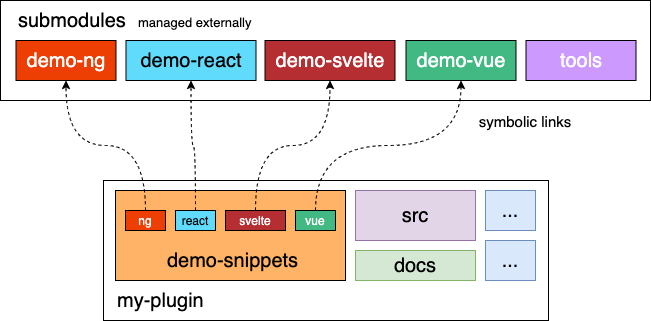
The draw.io diagram images/plugin-seed-diagram.png in lochstar/nativescript-cast, before a commit. Source tidied: cells renumbered, new cells last; positions are measured from the earlier drawing's top-left corner, leaving out a move shared by most shapes. Its diagram source:
```xml
<mxGraphModel>
  <root>
    <mxCell id="0" />
    <mxCell id="1" parent="0" />
    <mxCell id="2" style="rounded=0;whiteSpace=wrap;html=1;labelBackgroundColor=none;fontSize=12;align=center;fillColor=#FFFFFF;" parent="1" vertex="1">
      <mxGeometry width="650" height="100" as="geometry" />
    </mxCell>
    <mxCell id="3" style="rounded=0;whiteSpace=wrap;html=1;labelPosition=center;verticalLabelPosition=middle;align=center;verticalAlign=middle;" parent="1" vertex="1">
      <mxGeometry x="103" y="180" width="445" height="140" as="geometry" />
    </mxCell>
    <mxCell id="4" value="my-plugin" style="text;html=1;strokeColor=none;fillColor=none;align=left;verticalAlign=middle;whiteSpace=wrap;rounded=0;fontSize=20;" parent="1" vertex="1">
      <mxGeometry x="115" y="290" width="110" height="20" as="geometry" />
    </mxCell>
    <mxCell id="5" value="&lt;font color=&quot;#ffffff&quot; style=&quot;font-size: 20px&quot;&gt;demo-ng&lt;/font&gt;" style="rounded=0;whiteSpace=wrap;html=1;align=center;labelBackgroundColor=none;fillColor=#ED3E04;" parent="1" vertex="1">
      <mxGeometry x="15.5" y="40" width="100" height="40" as="geometry" />
    </mxCell>
    <mxCell id="6" value="&lt;font style=&quot;font-size: 20px&quot;&gt;demo-react&lt;/font&gt;" style="rounded=0;whiteSpace=wrap;html=1;align=center;labelBackgroundColor=none;fillColor=#61dbfb;" parent="1" vertex="1">
      <mxGeometry x="125.5" y="40" width="130" height="40" as="geometry" />
    </mxCell>
    <mxCell id="7" value="&lt;font color=&quot;#ffffff&quot; style=&quot;font-size: 20px&quot;&gt;demo-svelte&lt;/font&gt;" style="rounded=0;whiteSpace=wrap;html=1;align=center;labelBackgroundColor=none;fillColor=#b52e31;" parent="1" vertex="1">
      <mxGeometry x="264.5" y="40" width="130" height="40" as="geometry" />
    </mxCell>
    <mxCell id="8" value="&lt;font color=&quot;#ffffff&quot; style=&quot;font-size: 20px&quot;&gt;demo-vue&lt;/font&gt;" style="rounded=0;whiteSpace=wrap;html=1;align=center;labelBackgroundColor=none;fillColor=#42b883;" parent="1" vertex="1">
      <mxGeometry x="405.5" y="40" width="110" height="40" as="geometry" />
    </mxCell>
    <mxCell id="9" style="rounded=0;whiteSpace=wrap;html=1;labelBackgroundColor=none;fontSize=20;align=center;fillColor=#FFB366;labelPosition=center;verticalLabelPosition=middle;verticalAlign=middle;" parent="1" vertex="1">
      <mxGeometry x="115" y="190" width="230" height="90" as="geometry" />
    </mxCell>
    <mxCell id="10" style="edgeStyle=orthogonalEdgeStyle;curved=1;jettySize=auto;html=1;exitX=0.5;exitY=0;exitDx=0;exitDy=0;dashed=1;strokeColor=#000000;fontSize=20;" parent="1" edge="1" source="11" target="5">
      <mxGeometry relative="1" as="geometry" />
    </mxCell>
    <mxCell id="11" value="&lt;font color=&quot;#ffffff&quot; style=&quot;font-size: 12px;&quot;&gt;ng&lt;/font&gt;" style="rounded=0;whiteSpace=wrap;html=1;align=center;labelBackgroundColor=none;fillColor=#ED3E04;fontSize=12;" parent="1" vertex="1">
      <mxGeometry x="125" y="210" width="40" height="20" as="geometry" />
    </mxCell>
    <mxCell id="12" style="edgeStyle=orthogonalEdgeStyle;curved=1;jettySize=auto;html=1;exitX=0.5;exitY=0;exitDx=0;exitDy=0;entryX=0.5;entryY=1;entryDx=0;entryDy=0;dashed=1;strokeColor=#000000;fontSize=20;" parent="1" edge="1" source="13" target="6">
      <mxGeometry relative="1" as="geometry" />
    </mxCell>
    <mxCell id="13" value="&lt;font style=&quot;font-size: 12px;&quot;&gt;react&lt;/font&gt;" style="rounded=0;whiteSpace=wrap;html=1;align=center;labelBackgroundColor=none;fillColor=#61dbfb;fontSize=12;" parent="1" vertex="1">
      <mxGeometry x="175" y="210" width="40" height="20" as="geometry" />
    </mxCell>
    <mxCell id="14" style="edgeStyle=orthogonalEdgeStyle;curved=1;jettySize=auto;html=1;exitX=0.5;exitY=0;exitDx=0;exitDy=0;dashed=1;strokeColor=#000000;fontSize=20;" parent="1" edge="1" source="15" target="7">
      <mxGeometry relative="1" as="geometry" />
    </mxCell>
    <mxCell id="15" value="&lt;font color=&quot;#ffffff&quot; style=&quot;font-size: 12px;&quot;&gt;svelte&lt;/font&gt;" style="rounded=0;whiteSpace=wrap;html=1;align=center;labelBackgroundColor=none;fillColor=#b52e31;fontSize=12;" parent="1" vertex="1">
      <mxGeometry x="225" y="210" width="60" height="20" as="geometry" />
    </mxCell>
    <mxCell id="16" style="edgeStyle=orthogonalEdgeStyle;curved=1;jettySize=auto;html=1;exitX=0.5;exitY=0;exitDx=0;exitDy=0;entryX=0.5;entryY=1;entryDx=0;entryDy=0;dashed=1;strokeColor=#000000;fontSize=20;" parent="1" edge="1" source="17" target="8">
      <mxGeometry relative="1" as="geometry" />
    </mxCell>
    <mxCell id="17" value="&lt;font color=&quot;#ffffff&quot; style=&quot;font-size: 12px;&quot;&gt;vue&lt;/font&gt;" style="rounded=0;whiteSpace=wrap;html=1;align=center;labelBackgroundColor=none;fillColor=#42b883;fontSize=12;" parent="1" vertex="1">
      <mxGeometry x="295" y="210" width="40" height="20" as="geometry" />
    </mxCell>
    <mxCell id="18" value="demo-snippets" style="text;html=1;strokeColor=none;fillColor=none;align=center;verticalAlign=middle;whiteSpace=wrap;rounded=0;fontSize=20;" parent="1" vertex="1">
      <mxGeometry x="150" y="250" width="165" height="20" as="geometry" />
    </mxCell>
    <mxCell id="19" value="&lt;font style=&quot;font-size: 15px&quot;&gt;symbolic links&lt;/font&gt;" style="text;html=1;strokeColor=none;fillColor=none;align=center;verticalAlign=middle;whiteSpace=wrap;rounded=0;fontSize=20;" parent="1" vertex="1">
      <mxGeometry x="470" y="110" width="110" height="20" as="geometry" />
    </mxCell>
    <mxCell id="20" value="submodules" style="text;html=1;strokeColor=none;fillColor=none;align=left;verticalAlign=middle;whiteSpace=wrap;rounded=0;fontSize=20;" parent="1" vertex="1">
      <mxGeometry x="15.5" y="10" width="80" height="20" as="geometry" />
    </mxCell>
    <mxCell id="21" value="&lt;font style=&quot;font-size: 13px&quot;&gt;managed externally&lt;/font&gt;" style="text;html=1;strokeColor=none;fillColor=none;align=left;verticalAlign=middle;whiteSpace=wrap;rounded=0;fontSize=20;" parent="1" vertex="1">
      <mxGeometry x="135.5" y="10" width="435" height="20" as="geometry" />
    </mxCell>
    <mxCell id="22" value="&lt;font color=&quot;#ffffff&quot; style=&quot;font-size: 20px&quot;&gt;tools&lt;/font&gt;" style="rounded=0;whiteSpace=wrap;html=1;align=center;labelBackgroundColor=none;fillColor=#CC99FF;" parent="1" vertex="1">
      <mxGeometry x="525.5" y="40" width="110" height="40" as="geometry" />
    </mxCell>
    <mxCell id="23" value="src" style="rounded=0;whiteSpace=wrap;html=1;labelBackgroundColor=none;fontSize=20;align=center;fillColor=#e1d5e7;strokeColor=#9673a6;" parent="1" vertex="1">
      <mxGeometry x="355" y="190" width="120" height="50" as="geometry" />
    </mxCell>
    <mxCell id="24" value="docs" style="rounded=0;whiteSpace=wrap;html=1;labelBackgroundColor=none;fontSize=20;align=center;fillColor=#d5e8d4;strokeColor=#82b366;" parent="1" vertex="1">
      <mxGeometry x="355" y="250" width="120" height="30" as="geometry" />
    </mxCell>
    <mxCell id="25" value="..." style="rounded=0;whiteSpace=wrap;html=1;labelBackgroundColor=none;fontSize=20;align=center;fillColor=#dae8fc;strokeColor=#6c8ebf;" parent="1" vertex="1">
      <mxGeometry x="485" y="240" width="50" height="40" as="geometry" />
    </mxCell>
    <mxCell id="26" value="..." style="rounded=0;whiteSpace=wrap;html=1;labelBackgroundColor=none;fontSize=20;align=center;fillColor=#dae8fc;strokeColor=#6c8ebf;" parent="1" vertex="1">
      <mxGeometry x="485" y="190" width="50" height="40" as="geometry" />
    </mxCell>
  </root>
</mxGraphModel>
```
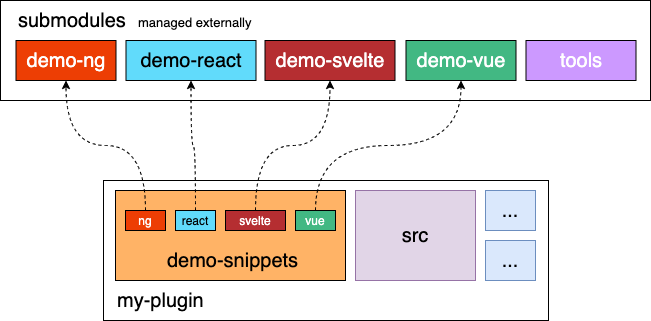
Later version of the same file.

What changed in the source:
```diff
@@ -53,9 +53,6 @@
     <mxCell id="18" value="demo-snippets" style="text;html=1;strokeColor=none;fillColor=none;align=center;verticalAlign=middle;whiteSpace=wrap;rounded=0;fontSize=20;" parent="1" vertex="1">
       <mxGeometry x="150" y="250" width="165" height="20" as="geometry" />
     </mxCell>
-    <mxCell id="19" value="&lt;font style=&quot;font-size: 15px&quot;&gt;symbolic links&lt;/font&gt;" style="text;html=1;strokeColor=none;fillColor=none;align=center;verticalAlign=middle;whiteSpace=wrap;rounded=0;fontSize=20;" parent="1" vertex="1">
-      <mxGeometry x="470" y="110" width="110" height="20" as="geometry" />
-    </mxCell>
     <mxCell id="20" value="submodules" style="text;html=1;strokeColor=none;fillColor=none;align=left;verticalAlign=middle;whiteSpace=wrap;rounded=0;fontSize=20;" parent="1" vertex="1">
       <mxGeometry x="15.5" y="10" width="80" height="20" as="geometry" />
     </mxCell>
@@ -66,11 +63,8 @@
       <mxGeometry x="525.5" y="40" width="110" height="40" as="geometry" />
     </mxCell>
     <mxCell id="23" value="src" style="rounded=0;whiteSpace=wrap;html=1;labelBackgroundColor=none;fontSize=20;align=center;fillColor=#e1d5e7;strokeColor=#9673a6;" parent="1" vertex="1">
-      <mxGeometry x="355" y="190" width="120" height="50" as="geometry" />
+      <mxGeometry x="355" y="190" width="120" height="90" as="geometry" />
     </mxCell>
-    <mxCell id="24" value="docs" style="rounded=0;whiteSpace=wrap;html=1;labelBackgroundColor=none;fontSize=20;align=center;fillColor=#d5e8d4;strokeColor=#82b366;" parent="1" vertex="1">
-      <mxGeometry x="355" y="250" width="120" height="30" as="geometry" />
-    </mxCell>
     <mxCell id="25" value="..." style="rounded=0;whiteSpace=wrap;html=1;labelBackgroundColor=none;fontSize=20;align=center;fillColor=#dae8fc;strokeColor=#6c8ebf;" parent="1" vertex="1">
       <mxGeometry x="485" y="240" width="50" height="40" as="geometry" />
     </mxCell>
```
